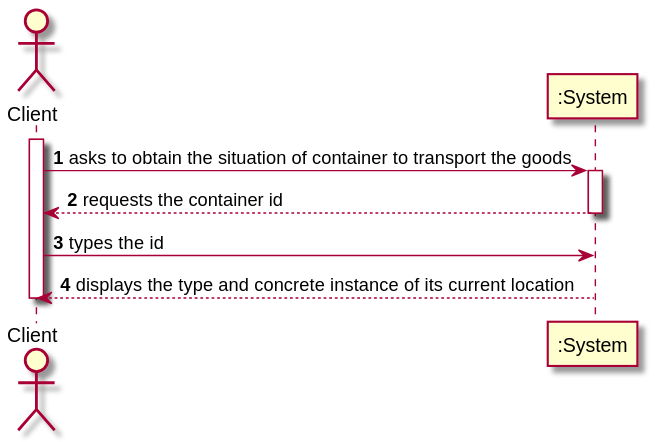
Earlier version of the PlantUML export docs/US204/US204_SSD.svg (ana-albergaria/LAPR3-ISEP).
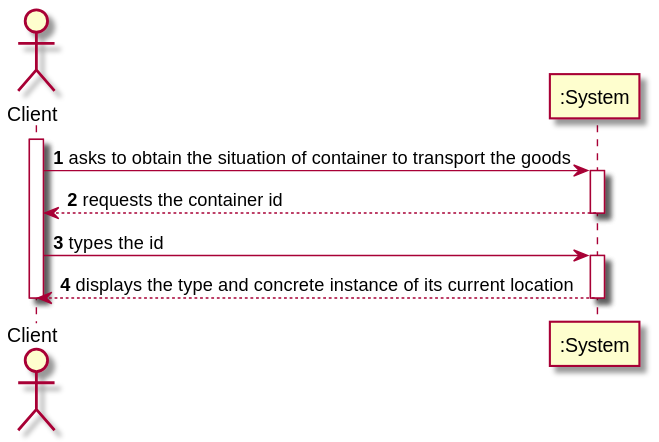
The same diagram one commit later.

Commit message:
G54-131 G54-132 #time 1h #comment US210 - DM and SSD Diagrams

Change to the diagram source:
```diff
@@ -9,8 +9,7 @@
 ":System" --> C : requests the container id
 deactivate ":System"
 C -> ":System" : types the id
-
-
+activate ":System"
 ":System" --> C : displays the type and concrete instance of its current location
 deactivate ":System"
 
```
